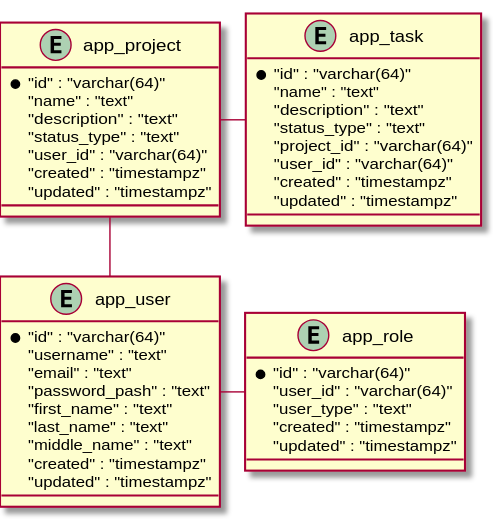
Above: example/task-manager/src/main/asciidoc/erd.svg in denis-volnenko/liquibase-asciidoc-maven-plugin (PlantUML), before the change. Its source is kept beside it as example/task-manager/src/main/asciidoc/erd.puml.
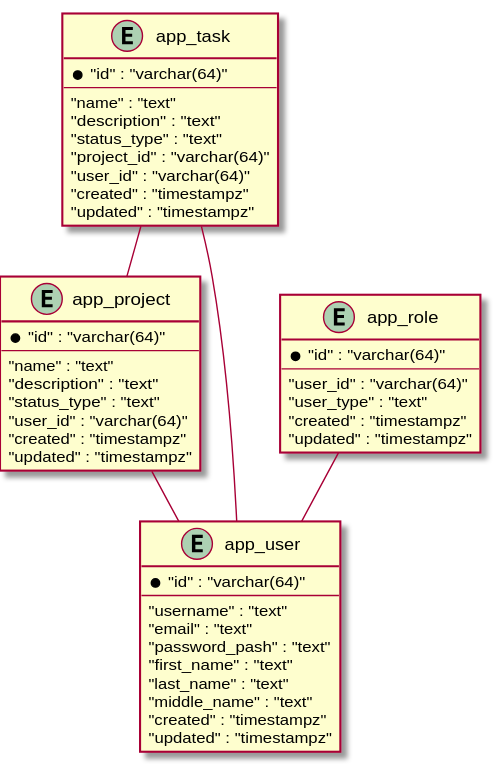
The same diagram one commit later.

Commit message:
Task Manager updated.

What changed in the source:
```diff
@@ -2,6 +2,7 @@
 !pragma graphviz_dot jdot
 entity "app_project" {
     *"id" : "varchar(64)"
+---
     "name" : "text"
     "description" : "text"
     "status_type" : "text"
@@ -12,6 +13,7 @@
 
 entity "app_task" {
     *"id" : "varchar(64)"
+---
     "name" : "text"
     "description" : "text"
     "status_type" : "text"
@@ -23,6 +25,7 @@
 
 entity "app_user" {
     *"id" : "varchar(64)"
+---
     "username" : "text"
     "email" : "text"
     "password_рash" : "text"
@@ -35,11 +38,16 @@
 
 entity "app_role" {
     *"id" : "varchar(64)"
+---
     "user_id" : "varchar(64)"
     "user_type" : "text"
     "created" : "timestampz"
     "updated" : "timestampz"
 }
 
+app_project }--|| app_user
+app_task }--|| app_project
+app_task }--|| app_user
+app_role }--|| app_user
 
 @enduml
```
